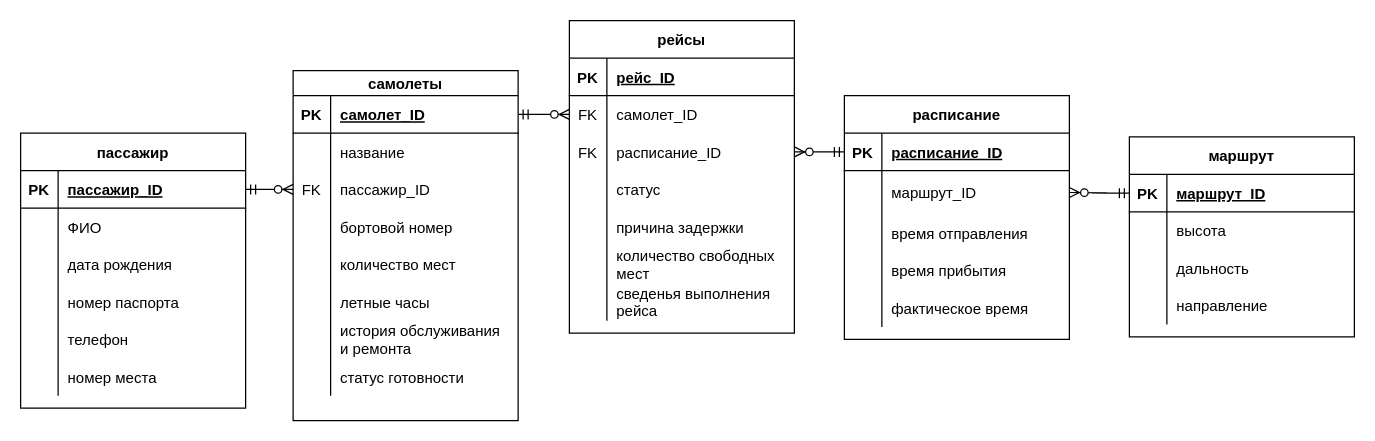
1DeMeNToR1/RocketModUpdater_32 keeps this draw.io diagram as ERRR.drawio. Above is the earlier version. Source tidied: cells renumbered, new cells numbered last; positions are measured from the earlier drawing's top-left corner, leaving out a move shared by most shapes. Both pictures are drawn from the tidied source at 125%, with x=0, y=0 at pixel (20, 20).
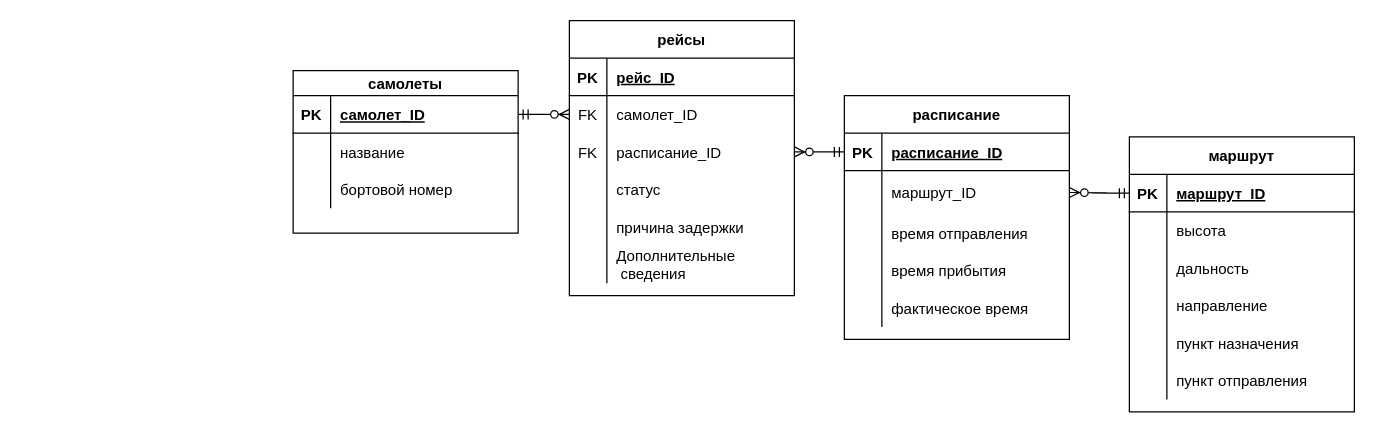
After the change.

What changed in the source:
```diff
@@
     <mxCell id="2" value="самолеты" style="shape=table;startSize=20;childLayout=tableLayout;rowLines=0;fontStyle=1;align=center;" parent="1" vertex="1">
-      <mxGeometry x="218" y="40" width="180" height="280" as="geometry" />
+      <mxGeometry x="218" y="40" width="180" height="130" as="geometry" />
     </mxCell>
@@
-    <mxCell id="9" style="shape=tableRow;horizontal=0;startSize=0;swimlaneHead=0;swimlaneBody=0;fillColor=none;points=[[0,0.5],[1,0.5]];portConstraint=eastwest;top=0;left=0;right=0;bottom=0;" parent="2" vertex="1">
-      <mxGeometry y="80" width="180" height="30" as="geometry" />
-    </mxCell>
-    <mxCell id="10" value="FK" style="shape=partialRectangle;fillColor=none;top=0;left=0;bottom=0;right=0;overflow=hidden;" parent="9" vertex="1">
-      <mxGeometry width="30" height="30" as="geometry" />
-    </mxCell>
-    <mxCell id="11" value="пассажир_ID" style="shape=partialRectangle;fillColor=none;top=0;left=0;bottom=0;right=0;align=left;spacingLeft=6;overflow=hidden;" parent="9" vertex="1">
-      <mxGeometry x="30" width="150" height="30" as="geometry" />
-    </mxCell>
     <mxCell id="12" style="shape=tableRow;horizontal=0;startSize=0;swimlaneHead=0;swimlaneBody=0;fillColor=none;top=0;left=0;right=0;bottom=0;" parent="2" vertex="1">
-      <mxGeometry y="110" width="180" height="30" as="geometry" />
+      <mxGeometry y="80" width="180" height="30" as="geometry" />
     </mxCell>
@@
-    <mxCell id="15" style="shape=tableRow;horizontal=0;startSize=0;swimlaneHead=0;swimlaneBody=0;fillColor=none;top=0;left=0;right=0;bottom=0;" parent="2" vertex="1">
-      <mxGeometry y="140" width="180" height="30" as="geometry" />
-    </mxCell>
-    <mxCell id="16" style="shape=partialRectangle;fillColor=none;top=0;left=0;bottom=0;right=0;overflow=hidden;" parent="15" vertex="1">
-      <mxGeometry width="30" height="30" as="geometry" />
-    </mxCell>
-    <mxCell id="17" value="количество мест" style="shape=partialRectangle;fillColor=none;top=0;left=0;bottom=0;right=0;align=left;spacingLeft=6;overflow=hidden;" parent="15" vertex="1">
-      <mxGeometry x="30" width="150" height="30" as="geometry" />
-    </mxCell>
-    <mxCell id="18" style="shape=tableRow;horizontal=0;startSize=0;swimlaneHead=0;swimlaneBody=0;fillColor=none;top=0;left=0;right=0;bottom=0;" parent="2" vertex="1">
-      <mxGeometry y="170" width="180" height="30" as="geometry" />
-    </mxCell>
-    <mxCell id="19" style="shape=partialRectangle;fillColor=none;top=0;left=0;bottom=0;right=0;overflow=hidden;" parent="18" vertex="1">
-      <mxGeometry width="30" height="30" as="geometry" />
-    </mxCell>
-    <mxCell id="20" value="летные часы" style="shape=partialRectangle;fillColor=none;top=0;left=0;bottom=0;right=0;align=left;spacingLeft=6;overflow=hidden;" parent="18" vertex="1">
-      <mxGeometry x="30" width="150" height="30" as="geometry" />
-    </mxCell>
-    <mxCell id="21" style="shape=tableRow;horizontal=0;startSize=0;swimlaneHead=0;swimlaneBody=0;fillColor=none;top=0;left=0;right=0;bottom=0;" parent="2" vertex="1">
-      <mxGeometry y="200" width="180" height="30" as="geometry" />
-    </mxCell>
-    <mxCell id="22" style="shape=partialRectangle;fillColor=none;top=0;left=0;bottom=0;right=0;overflow=hidden;" parent="21" vertex="1">
-      <mxGeometry width="30" height="30" as="geometry" />
-    </mxCell>
-    <mxCell id="23" value="история обслуживания &#10;и ремонта" style="shape=partialRectangle;fillColor=none;top=0;left=0;bottom=0;right=0;align=left;spacingLeft=6;overflow=hidden;" parent="21" vertex="1">
-      <mxGeometry x="30" width="150" height="30" as="geometry" />
-    </mxCell>
-    <mxCell id="24" style="shape=tableRow;horizontal=0;startSize=0;swimlaneHead=0;swimlaneBody=0;fillColor=none;top=0;left=0;right=0;bottom=0;" parent="2" vertex="1">
-      <mxGeometry y="230" width="180" height="30" as="geometry" />
-    </mxCell>
-    <mxCell id="25" style="shape=partialRectangle;fillColor=none;top=0;left=0;bottom=0;right=0;overflow=hidden;" parent="24" vertex="1">
-      <mxGeometry width="30" height="30" as="geometry" />
-    </mxCell>
-    <mxCell id="26" value="статус готовности" style="shape=partialRectangle;fillColor=none;top=0;left=0;bottom=0;right=0;align=left;spacingLeft=6;overflow=hidden;" parent="24" vertex="1">
-      <mxGeometry x="30" width="150" height="30" as="geometry" />
-    </mxCell>
-    <mxCell id="27" value="пассажир" style="shape=table;startSize=30;childLayout=tableLayout;rowLines=0;fontStyle=1;align=center;" parent="1" vertex="1">
-      <mxGeometry y="90" width="180" height="220" as="geometry" />
-    </mxCell>
-    <mxCell id="28" style="shape=tableRow;horizontal=0;startSize=0;swimlaneHead=0;swimlaneBody=0;fillColor=none;points=[[0,0.5],[1,0.5]];portConstraint=eastwest;top=0;left=0;right=0;bottom=1;" parent="27" vertex="1">
-      <mxGeometry y="30" width="180" height="30" as="geometry" />
-    </mxCell>
-    <mxCell id="29" value="PK" style="shape=partialRectangle;fillColor=none;top=0;left=0;bottom=0;right=0;fontStyle=1;overflow=hidden;" parent="28" vertex="1">
-      <mxGeometry width="30" height="30" as="geometry" />
-    </mxCell>
-    <mxCell id="30" value="пассажир_ID" style="shape=partialRectangle;fillColor=none;top=0;left=0;bottom=0;right=0;align=left;spacingLeft=6;fontStyle=5;overflow=hidden;" parent="28" vertex="1">
-      <mxGeometry x="30" width="150" height="30" as="geometry" />
-    </mxCell>
-    <mxCell id="31" style="shape=tableRow;horizontal=0;startSize=0;swimlaneHead=0;swimlaneBody=0;fillColor=none;top=0;left=0;right=0;bottom=0;" parent="27" vertex="1">
-      <mxGeometry y="60" width="180" height="30" as="geometry" />
-    </mxCell>
-    <mxCell id="32" style="shape=partialRectangle;fillColor=none;top=0;left=0;bottom=0;right=0;overflow=hidden;" parent="31" vertex="1">
-      <mxGeometry width="30" height="30" as="geometry" />
-    </mxCell>
-    <mxCell id="33" value="ФИО" style="shape=partialRectangle;fillColor=none;top=0;left=0;bottom=0;right=0;align=left;spacingLeft=6;overflow=hidden;" parent="31" vertex="1">
-      <mxGeometry x="30" width="150" height="30" as="geometry" />
-    </mxCell>
-    <mxCell id="34" style="shape=tableRow;horizontal=0;startSize=0;swimlaneHead=0;swimlaneBody=0;fillColor=none;top=0;left=0;right=0;bottom=0;" parent="27" vertex="1">
-      <mxGeometry y="90" width="180" height="30" as="geometry" />
-    </mxCell>
-    <mxCell id="35" style="shape=partialRectangle;fillColor=none;top=0;left=0;bottom=0;right=0;overflow=hidden;" parent="34" vertex="1">
-      <mxGeometry width="30" height="30" as="geometry" />
-    </mxCell>
-    <mxCell id="36" value="дата рождения" style="shape=partialRectangle;fillColor=none;top=0;left=0;bottom=0;right=0;align=left;spacingLeft=6;overflow=hidden;" parent="34" vertex="1">
-      <mxGeometry x="30" width="150" height="30" as="geometry" />
-    </mxCell>
-    <mxCell id="37" style="shape=tableRow;horizontal=0;startSize=0;swimlaneHead=0;swimlaneBody=0;fillColor=none;top=0;left=0;right=0;bottom=0;" parent="27" vertex="1">
-      <mxGeometry y="120" width="180" height="30" as="geometry" />
-    </mxCell>
-    <mxCell id="38" style="shape=partialRectangle;fillColor=none;top=0;left=0;bottom=0;right=0;overflow=hidden;" parent="37" vertex="1">
-      <mxGeometry width="30" height="30" as="geometry" />
-    </mxCell>
-    <mxCell id="39" value="номер паспорта" style="shape=partialRectangle;fillColor=none;top=0;left=0;bottom=0;right=0;align=left;spacingLeft=6;overflow=hidden;" parent="37" vertex="1">
-      <mxGeometry x="30" width="150" height="30" as="geometry" />
-    </mxCell>
-    <mxCell id="40" style="shape=tableRow;horizontal=0;startSize=0;swimlaneHead=0;swimlaneBody=0;fillColor=none;top=0;left=0;right=0;bottom=0;" parent="27" vertex="1">
-      <mxGeometry y="150" width="180" height="30" as="geometry" />
-    </mxCell>
-    <mxCell id="41" style="shape=partialRectangle;fillColor=none;top=0;left=0;bottom=0;right=0;overflow=hidden;" parent="40" vertex="1">
-      <mxGeometry width="30" height="30" as="geometry" />
-    </mxCell>
-    <mxCell id="42" value="телефон" style="shape=partialRectangle;fillColor=none;top=0;left=0;bottom=0;right=0;align=left;spacingLeft=6;overflow=hidden;" parent="40" vertex="1">
-      <mxGeometry x="30" width="150" height="30" as="geometry" />
-    </mxCell>
-    <mxCell id="43" style="shape=tableRow;horizontal=0;startSize=0;swimlaneHead=0;swimlaneBody=0;fillColor=none;top=0;left=0;right=0;bottom=0;" parent="27" vertex="1">
-      <mxGeometry y="180" width="180" height="30" as="geometry" />
-    </mxCell>
-    <mxCell id="44" style="shape=partialRectangle;fillColor=none;top=0;left=0;bottom=0;right=0;overflow=hidden;" parent="43" vertex="1">
-      <mxGeometry width="30" height="30" as="geometry" />
-    </mxCell>
-    <mxCell id="45" value="номер места" style="shape=partialRectangle;fillColor=none;top=0;left=0;bottom=0;right=0;align=left;spacingLeft=6;overflow=hidden;" parent="43" vertex="1">
-      <mxGeometry x="30" width="150" height="30" as="geometry" />
-    </mxCell>
@@
     <mxCell id="62" value="рейсы" style="shape=table;startSize=30;childLayout=tableLayout;rowLines=0;fontStyle=1;align=center;" parent="1" vertex="1">
-      <mxGeometry x="439" width="180" height="250" as="geometry" />
+      <mxGeometry x="439" width="180" height="220" as="geometry" />
     </mxCell>
@@
-    <mxCell id="78" style="shape=tableRow;horizontal=0;startSize=0;swimlaneHead=0;swimlaneBody=0;fillColor=none;top=0;left=0;right=0;bottom=0;" parent="62" vertex="1">
-      <mxGeometry y="180" width="180" height="30" as="geometry" />
-    </mxCell>
-    <mxCell id="79" style="shape=partialRectangle;fillColor=none;top=0;left=0;bottom=0;right=0;overflow=hidden;" parent="78" vertex="1">
-      <mxGeometry width="30" height="30" as="geometry" />
-    </mxCell>
-    <mxCell id="80" value="количество свободных&#10;мест" style="shape=partialRectangle;fillColor=none;top=0;left=0;bottom=0;right=0;align=left;spacingLeft=6;overflow=hidden;" parent="78" vertex="1">
-      <mxGeometry x="30" width="150" height="30" as="geometry" />
-    </mxCell>
     <mxCell id="81" style="shape=tableRow;horizontal=0;startSize=0;swimlaneHead=0;swimlaneBody=0;fillColor=none;top=0;left=0;right=0;bottom=0;" parent="62" vertex="1">
-      <mxGeometry y="210" width="180" height="30" as="geometry" />
+      <mxGeometry y="180" width="180" height="30" as="geometry" />
     </mxCell>
@@
-    <mxCell id="83" value="сведенья выполнения&#10;рейса" style="shape=partialRectangle;fillColor=none;top=0;left=0;bottom=0;right=0;align=left;spacingLeft=6;overflow=hidden;" parent="81" vertex="1">
+    <mxCell id="83" value="Дополнительные&#10; сведения&#10;" style="shape=partialRectangle;fillColor=none;top=0;left=0;bottom=0;right=0;align=left;spacingLeft=6;overflow=hidden;" parent="81" vertex="1">
       <mxGeometry x="30" width="150" height="30" as="geometry" />
     </mxCell>
     <mxCell id="84" value="маршрут" style="shape=table;startSize=30;childLayout=tableLayout;rowLines=0;fontStyle=1;align=center;" parent="1" vertex="1">
-      <mxGeometry x="887" y="93" width="180" height="160" as="geometry" />
+      <mxGeometry x="887" y="93" width="180" height="220" as="geometry" />
     </mxCell>
@@
+    <mxCell id="40" style="shape=tableRow;horizontal=0;startSize=0;swimlaneHead=0;swimlaneBody=0;fillColor=none;top=0;left=0;right=0;bottom=0;" parent="84" vertex="1">
+      <mxGeometry y="150" width="180" height="30" as="geometry" />
+    </mxCell>
+    <mxCell id="101" style="shape=partialRectangle;fillColor=none;top=0;left=0;bottom=0;right=0;overflow=hidden;" parent="40" vertex="1">
+      <mxGeometry width="30" height="30" as="geometry" />
+    </mxCell>
+    <mxCell id="102" value="пункт назначения" style="shape=partialRectangle;fillColor=none;top=0;left=0;bottom=0;right=0;align=left;spacingLeft=6;overflow=hidden;" parent="40" vertex="1">
+      <mxGeometry x="30" width="150" height="30" as="geometry" />
+    </mxCell>
+    <mxCell id="103" style="shape=tableRow;horizontal=0;startSize=0;swimlaneHead=0;swimlaneBody=0;fillColor=none;top=0;left=0;right=0;bottom=0;" parent="84" vertex="1">
+      <mxGeometry y="180" width="180" height="30" as="geometry" />
+    </mxCell>
+    <mxCell id="104" style="shape=partialRectangle;fillColor=none;top=0;left=0;bottom=0;right=0;overflow=hidden;" parent="103" vertex="1">
+      <mxGeometry width="30" height="30" as="geometry" />
+    </mxCell>
+    <mxCell id="105" value="пункт отправления" style="shape=partialRectangle;fillColor=none;top=0;left=0;bottom=0;right=0;align=left;spacingLeft=6;overflow=hidden;" parent="103" vertex="1">
+      <mxGeometry x="30" width="150" height="30" as="geometry" />
+    </mxCell>
@@
-    <mxCell id="100" style="edgeStyle=entityRelationEdgeStyle;fontSize=12;html=1;endArrow=ERzeroToMany;startArrow=ERmandOne;rounded=0;entryX=0;entryY=0.5;entryDx=0;entryDy=0;exitX=1;exitY=0.5;exitDx=0;exitDy=0;" parent="1" edge="1" source="28" target="9">
-      <mxGeometry relative="1" as="geometry" />
-    </mxCell>
```
